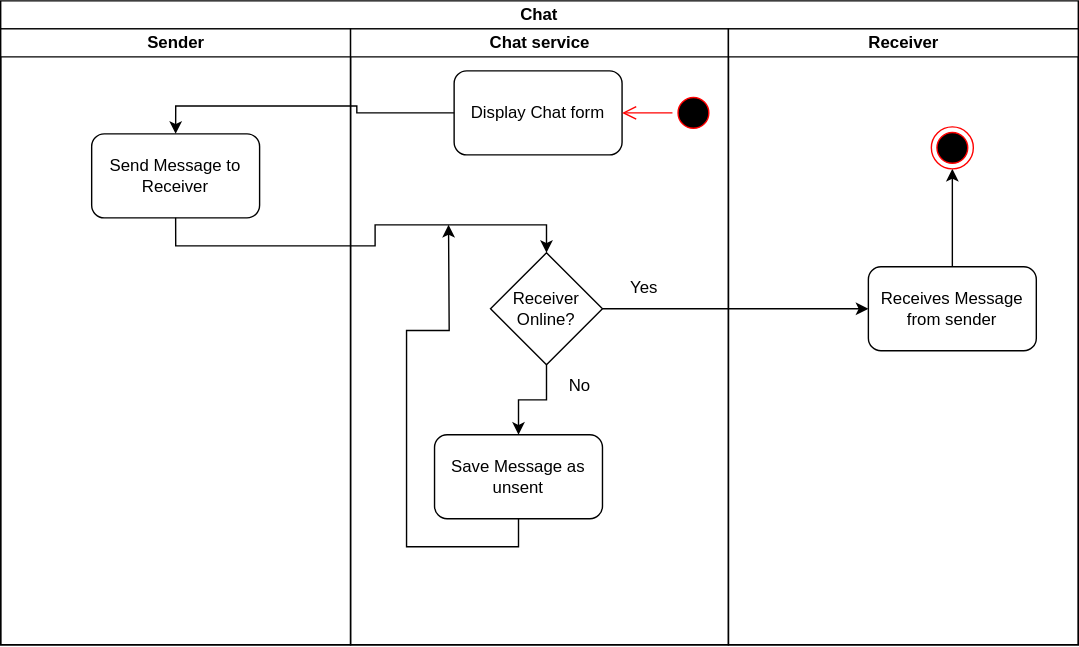
Above: Deliverable 1/Activity Diagrams/Chat.drawio.svg in tshegofatso-motlhakane/Geeks-Chat (draw.io), before the change. Source tidied: cells renumbered, new cells last; positions are measured from the earlier drawing's top-left corner, leaving out a move shared by most shapes.
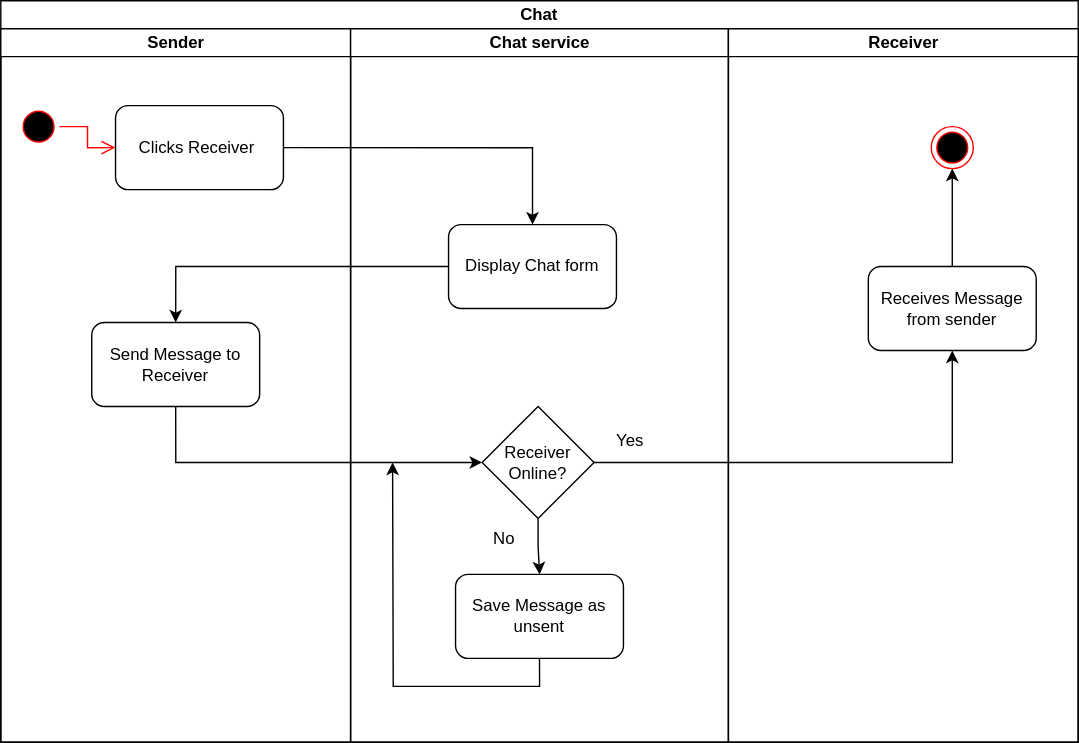
Above is the later version.

Change to the diagram source:
```diff
@@ -3,43 +3,46 @@
     <mxCell id="0" />
     <mxCell id="1" parent="0" />
     <mxCell id="2" value="Chat" style="swimlane;html=1;startSize=20;whiteSpace=wrap;" parent="1" vertex="1">
-      <mxGeometry width="770" height="460" as="geometry" />
+      <mxGeometry width="770" height="530" as="geometry" />
     </mxCell>
     <mxCell id="3" value="Sender" style="swimlane;html=1;startSize=20;" parent="2" vertex="1">
-      <mxGeometry y="20" width="250" height="440" as="geometry" />
+      <mxGeometry y="20" width="250" height="510" as="geometry" />
     </mxCell>
     <mxCell id="4" value="Send Message to Receiver" style="rounded=1;whiteSpace=wrap;html=1;" parent="3" vertex="1">
-      <mxGeometry x="65" y="75" width="120" height="60" as="geometry" />
+      <mxGeometry x="65" y="210" width="120" height="60" as="geometry" />
     </mxCell>
+    <mxCell id="22" value="Clicks Receiver&amp;nbsp;" style="rounded=1;whiteSpace=wrap;html=1;" parent="3" vertex="1">
+      <mxGeometry x="82" y="55" width="120" height="60" as="geometry" />
+    </mxCell>
+    <mxCell id="7" style="ellipse;html=1;shape=startState;fillColor=#000000;strokeColor=#ff0000;" parent="3" vertex="1">
+      <mxGeometry x="12" y="55" width="30" height="30" as="geometry" />
+    </mxCell>
+    <mxCell id="8" style="edgeStyle=orthogonalEdgeStyle;html=1;verticalAlign=bottom;endArrow=open;endSize=8;strokeColor=#ff0000;rounded=0;entryX=0;entryY=0.5;entryDx=0;entryDy=0;" parent="3" edge="1" source="7" target="22">
+      <mxGeometry relative="1" as="geometry" />
+    </mxCell>
     <mxCell id="5" value="Chat service" style="swimlane;html=1;startSize=20;" parent="2" vertex="1">
-      <mxGeometry x="250" y="20" width="270" height="440" as="geometry" />
+      <mxGeometry x="250" y="20" width="270" height="510" as="geometry" />
     </mxCell>
     <mxCell id="6" value="Display Chat form" style="rounded=1;whiteSpace=wrap;html=1;" parent="5" vertex="1">
-      <mxGeometry x="74" y="30" width="120" height="60" as="geometry" />
+      <mxGeometry x="70" y="140" width="120" height="60" as="geometry" />
     </mxCell>
-    <mxCell id="7" style="ellipse;html=1;shape=startState;fillColor=#000000;strokeColor=#ff0000;" parent="5" vertex="1">
-      <mxGeometry x="230" y="45" width="30" height="30" as="geometry" />
-    </mxCell>
-    <mxCell id="8" style="edgeStyle=orthogonalEdgeStyle;html=1;verticalAlign=bottom;endArrow=open;endSize=8;strokeColor=#ff0000;rounded=0;entryX=1;entryY=0.5;entryDx=0;entryDy=0;" parent="5" edge="1" source="7" target="6">
-      <mxGeometry relative="1" as="geometry" />
-    </mxCell>
     <mxCell id="9" value="Receiver&lt;br&gt;Online?" style="rhombus;whiteSpace=wrap;html=1;" parent="5" vertex="1">
-      <mxGeometry x="100" y="160" width="80" height="80" as="geometry" />
+      <mxGeometry x="94" y="270" width="80" height="80" as="geometry" />
     </mxCell>
     <mxCell id="10" value="Save Message as unsent" style="rounded=1;whiteSpace=wrap;html=1;" parent="5" vertex="1">
-      <mxGeometry x="60" y="290" width="120" height="60" as="geometry" />
+      <mxGeometry x="75" y="390" width="120" height="60" as="geometry" />
     </mxCell>
     <mxCell id="11" style="edgeStyle=orthogonalEdgeStyle;rounded=0;jettySize=auto;html=1;exitX=0.5;exitY=1;exitDx=0;exitDy=0;" parent="5" edge="1" source="9" target="10">
       <mxGeometry relative="1" as="geometry" />
     </mxCell>
     <mxCell id="12" value="Yes" style="text;html=1;strokeColor=none;fillColor=none;align=center;verticalAlign=middle;whiteSpace=wrap;rounded=0;" parent="5" vertex="1">
-      <mxGeometry x="180" y="170" width="60" height="30" as="geometry" />
+      <mxGeometry x="170" y="280" width="60" height="30" as="geometry" />
     </mxCell>
     <mxCell id="13" value="No" style="text;html=1;strokeColor=none;fillColor=none;align=center;verticalAlign=middle;whiteSpace=wrap;rounded=0;" parent="5" vertex="1">
-      <mxGeometry x="134" y="240" width="60" height="30" as="geometry" />
+      <mxGeometry x="80" y="350" width="60" height="30" as="geometry" />
     </mxCell>
     <mxCell id="14" value="Receiver" style="swimlane;html=1;startSize=20;" parent="2" vertex="1">
-      <mxGeometry x="520" y="20" width="250" height="440" as="geometry" />
+      <mxGeometry x="520" y="20" width="250" height="510" as="geometry" />
     </mxCell>
     <mxCell id="15" style="edgeStyle=orthogonalEdgeStyle;rounded=0;jettySize=auto;html=1;exitX=0.5;exitY=0;exitDx=0;exitDy=0;entryX=0.5;entryY=1;entryDx=0;entryDy=0;" parent="14" edge="1" source="16" target="17">
       <mxGeometry relative="1" as="geometry" />
@@ -61,8 +64,11 @@
     </mxCell>
     <mxCell id="21" style="edgeStyle=orthogonalEdgeStyle;rounded=0;jettySize=auto;html=1;exitX=0.5;exitY=1;exitDx=0;exitDy=0;" parent="2" edge="1" source="10">
       <mxGeometry relative="1" as="geometry">
-        <mxPoint x="320" y="160" as="targetPoint" />
+        <mxPoint x="280" y="330" as="targetPoint" />
       </mxGeometry>
     </mxCell>
+    <mxCell id="23" style="edgeStyle=orthogonalEdgeStyle;rounded=0;jettySize=auto;html=1;exitX=1;exitY=0.5;exitDx=0;exitDy=0;entryX=0.5;entryY=0;entryDx=0;entryDy=0;" parent="2" edge="1" source="22" target="6">
+      <mxGeometry relative="1" as="geometry" />
+    </mxCell>
   </root>
 </mxGraphModel>
```
